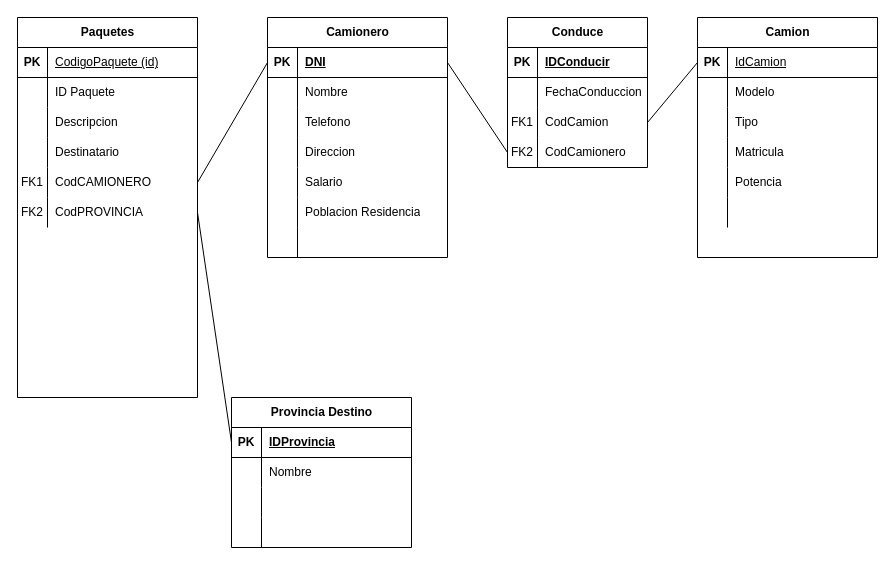
This is page "MR" (2 of 2) of EmpresaTransportesLCP.drawio from POEMAMAN/SQL-PRUEBAS, a draw.io file, before an edit. Source tidied: cells renumbered, new cells numbered last; positions are measured from the earlier drawing's top-left corner, leaving out a move shared by most shapes. Both pictures are drawn from the tidied source at 100%, with x=0, y=0 at pixel (17, 17).
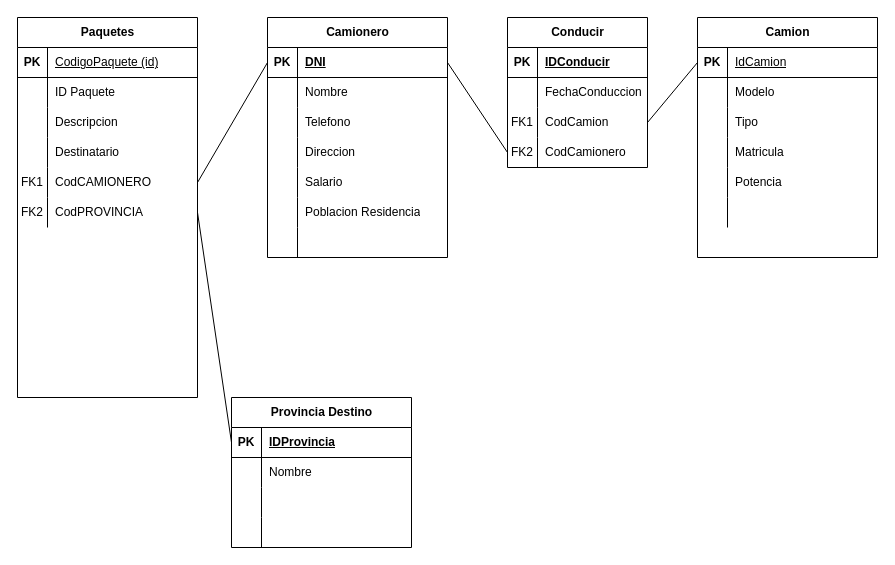
Above is the later version.

Change to the diagram source:
```diff
@@
-    <mxCell id="77" value="Conduce" style="shape=table;startSize=30;childLayout=tableLayout;rowLines=0;fontStyle=1;align=center;html=1;" parent="1" vertex="1">
+    <mxCell id="77" value="Conducir" style="shape=table;startSize=30;childLayout=tableLayout;rowLines=0;fontStyle=1;align=center;html=1;" parent="1" vertex="1">
       <mxGeometry x="490" width="140" height="150" as="geometry" />
     </mxCell>
```
